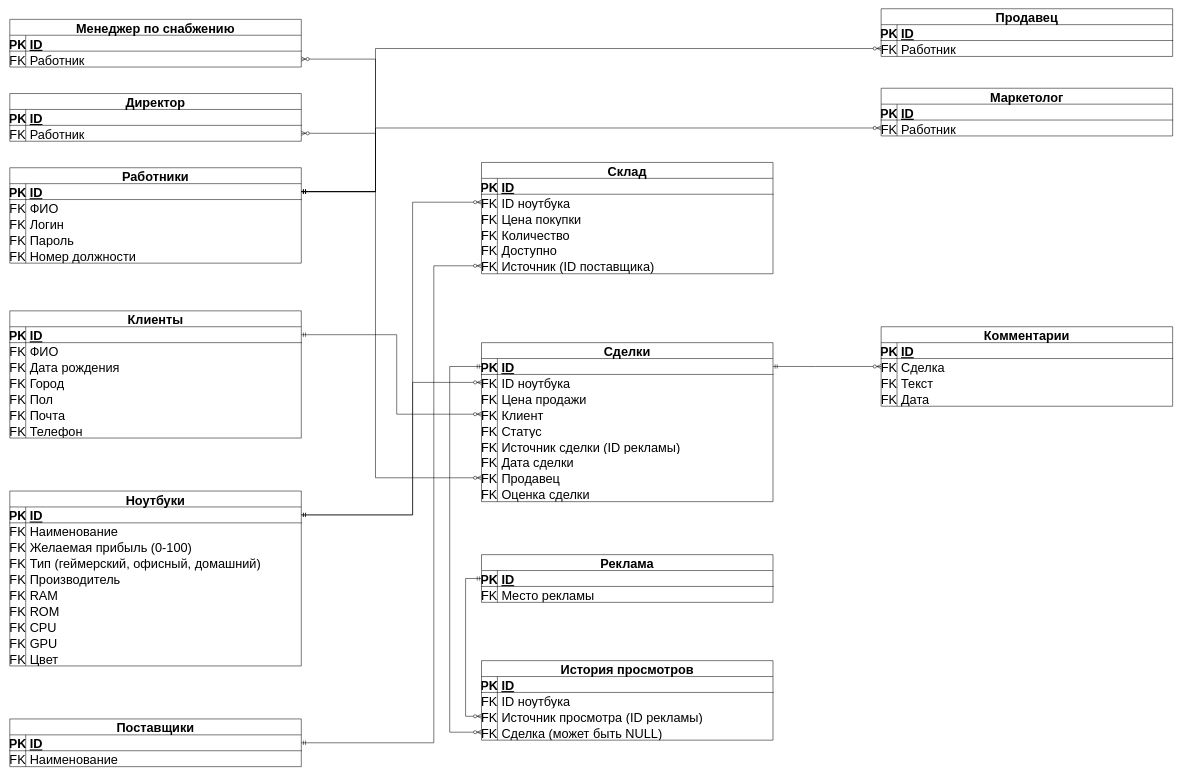
Earlier version of the draw.io diagram Диаграмма.drawio (Plnguins/CRM). Source tidied: cells renumbered, new cells numbered last; positions are measured from the earlier drawing's top-left corner, leaving out a move shared by most shapes. Both pictures are drawn from the tidied source at 53%, with x=0, y=0 at pixel (10, 8).
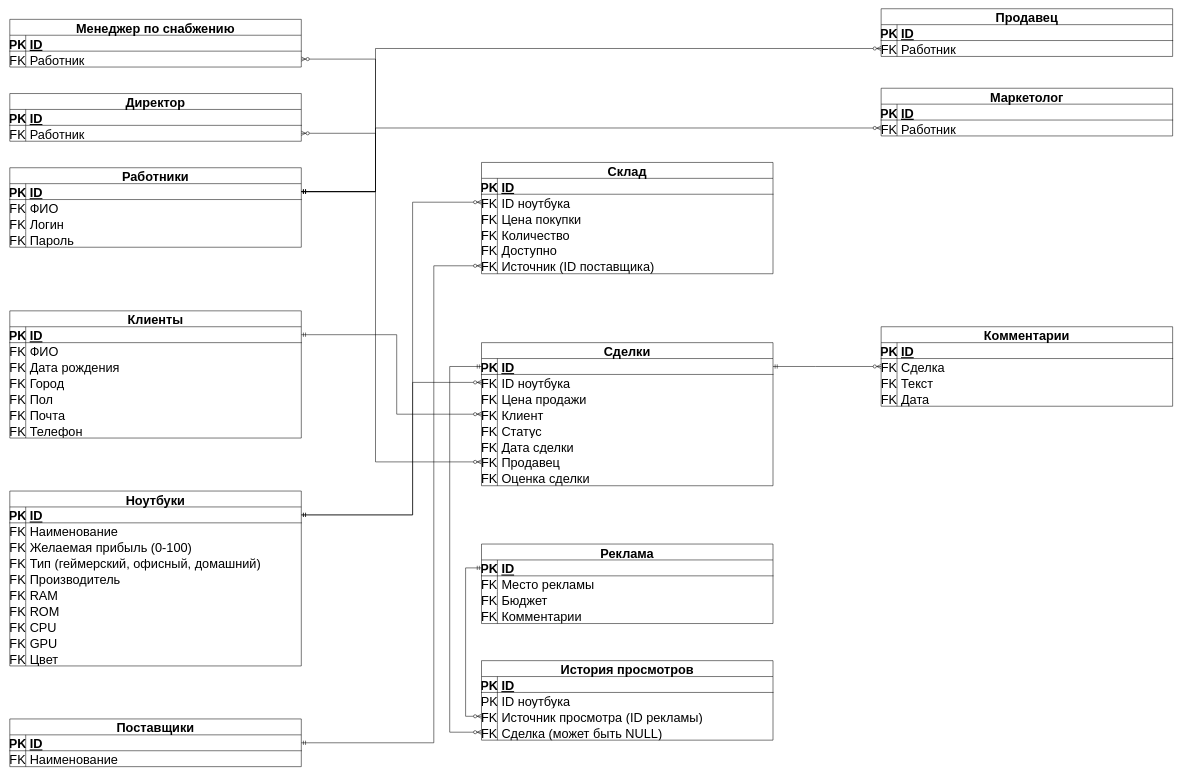
Above is the later version.

Commit message:
Изменения в структуре таблиц

Unchanged cells that the change refers to:
```xml
<mxCell id="3" style="shape=tableRow;horizontal=0;startSize=0;swimlaneHead=0;swimlaneBody=0;fillColor=none;points=[[0,0.5],[1,0.5]];portConstraint=eastwest;top=0;left=0;right=0;bottom=1;fontSize=24;" parent="2" vertex="1">
  <mxGeometry y="30" width="550" height="30" as="geometry" />
</mxCell>
<mxCell id="136" style="shape=tableRow;horizontal=0;startSize=0;swimlaneHead=0;swimlaneBody=0;fillColor=none;top=0;left=0;right=0;bottom=0;fontSize=24;" parent="132" vertex="1">
  <mxGeometry y="60" width="550" height="30" as="geometry" />
</mxCell>
<mxCell id="170" style="shape=tableRow;horizontal=0;startSize=0;swimlaneHead=0;swimlaneBody=0;fillColor=none;points=[[0,0.5],[1,0.5]];portConstraint=eastwest;top=0;left=0;right=0;bottom=0;fontSize=24;" parent="166" vertex="1">
  <mxGeometry y="60" width="550" height="30" as="geometry" />
</mxCell>
<mxCell id="178" style="shape=tableRow;horizontal=0;startSize=0;swimlaneHead=0;swimlaneBody=0;fillColor=none;points=[[0,0.5],[1,0.5]];portConstraint=eastwest;top=0;left=0;right=0;bottom=0;fontSize=24;" parent="174" vertex="1">
  <mxGeometry y="60" width="550" height="30" as="geometry" />
</mxCell>
<mxCell id="186" style="shape=tableRow;horizontal=0;startSize=0;swimlaneHead=0;swimlaneBody=0;fillColor=none;points=[[0,0.5],[1,0.5]];portConstraint=eastwest;top=0;left=0;right=0;bottom=0;fontSize=24;" parent="182" vertex="1">
  <mxGeometry y="60" width="550" height="30" as="geometry" />
</mxCell>
<mxCell id="194" style="shape=tableRow;horizontal=0;startSize=0;swimlaneHead=0;swimlaneBody=0;fillColor=none;points=[[0,0.5],[1,0.5]];portConstraint=eastwest;top=0;left=0;right=0;bottom=0;fontSize=24;" parent="190" vertex="1">
  <mxGeometry y="60" width="550" height="30" as="geometry" />
</mxCell>
```

Diff of the diagram source:
```diff
@@
     <mxCell id="2" value="Работники" style="shape=table;startSize=30;childLayout=tableLayout;rowLines=0;fontStyle=1;align=center;fontSize=24;" parent="1" vertex="1">
-      <mxGeometry y="300" width="550" height="180" as="geometry" />
+      <mxGeometry y="300" width="550" height="150" as="geometry" />
     </mxCell>
@@
-    <mxCell id="15" style="shape=tableRow;horizontal=0;startSize=0;swimlaneHead=0;swimlaneBody=0;fillColor=none;top=0;left=0;right=0;bottom=0;fontSize=24;" parent="2" vertex="1">
-      <mxGeometry y="150" width="550" height="30" as="geometry" />
-    </mxCell>
-    <mxCell id="16" value="FK" style="shape=partialRectangle;fillColor=none;top=0;left=0;bottom=0;right=0;fontStyle=0;overflow=hidden;fontSize=24;" parent="15" vertex="1">
-      <mxGeometry width="30" height="30" as="geometry" />
-    </mxCell>
-    <mxCell id="17" value="Номер должности" style="shape=partialRectangle;fillColor=none;top=0;left=0;bottom=0;right=0;align=left;spacingLeft=6;fontStyle=0;overflow=hidden;fontSize=24;" parent="15" vertex="1">
-      <mxGeometry x="30" width="520" height="30" as="geometry" />
-    </mxCell>
@@
     <mxCell id="97" value="Сделки" style="shape=table;startSize=30;childLayout=tableLayout;rowLines=0;fontStyle=1;align=center;fontSize=24;" parent="1" vertex="1">
-      <mxGeometry x="890" y="630" width="550" height="300" as="geometry" />
+      <mxGeometry x="890" y="630" width="550" height="270" as="geometry" />
     </mxCell>
@@
-    <mxCell id="113" style="shape=tableRow;horizontal=0;startSize=0;swimlaneHead=0;swimlaneBody=0;fillColor=none;top=0;left=0;right=0;bottom=0;fontSize=24;" parent="97" vertex="1">
-      <mxGeometry y="180" width="550" height="30" as="geometry" />
-    </mxCell>
-    <mxCell id="114" value="FK" style="shape=partialRectangle;fillColor=none;top=0;left=0;bottom=0;right=0;fontStyle=0;overflow=hidden;fontSize=24;" parent="113" vertex="1">
-      <mxGeometry width="30" height="30" as="geometry" />
-    </mxCell>
-    <mxCell id="115" value="Источник сделки (ID рекламы)" style="shape=partialRectangle;fillColor=none;top=0;left=0;bottom=0;right=0;align=left;spacingLeft=6;fontStyle=0;overflow=hidden;fontSize=24;" parent="113" vertex="1">
-      <mxGeometry x="30" width="520" height="30" as="geometry" />
-    </mxCell>
     <mxCell id="116" style="shape=tableRow;horizontal=0;startSize=0;swimlaneHead=0;swimlaneBody=0;fillColor=none;top=0;left=0;right=0;bottom=0;fontSize=24;" parent="97" vertex="1">
-      <mxGeometry y="210" width="550" height="30" as="geometry" />
+      <mxGeometry y="180" width="550" height="30" as="geometry" />
     </mxCell>
@@
     <mxCell id="119" style="shape=tableRow;horizontal=0;startSize=0;swimlaneHead=0;swimlaneBody=0;fillColor=none;points=[[0,0.5],[1,0.5]];portConstraint=eastwest;top=0;left=0;right=0;bottom=0;fontSize=24;" parent="97" vertex="1">
-      <mxGeometry y="240" width="550" height="30" as="geometry" />
+      <mxGeometry y="210" width="550" height="30" as="geometry" />
     </mxCell>
@@
     <mxCell id="122" style="shape=tableRow;horizontal=0;startSize=0;swimlaneHead=0;swimlaneBody=0;fillColor=none;top=0;left=0;right=0;bottom=0;fontSize=24;" parent="97" vertex="1">
-      <mxGeometry y="270" width="550" height="30" as="geometry" />
+      <mxGeometry y="240" width="550" height="30" as="geometry" />
     </mxCell>
@@
     <mxCell id="125" value="Реклама" style="shape=table;startSize=30;childLayout=tableLayout;rowLines=0;fontStyle=1;align=center;fontSize=24;" parent="1" vertex="1">
-      <mxGeometry x="890" y="1030" width="550" height="90" as="geometry" />
+      <mxGeometry x="890" y="1010" width="550" height="150" as="geometry" />
     </mxCell>
@@
+    <mxCell id="198" style="shape=tableRow;horizontal=0;startSize=0;swimlaneHead=0;swimlaneBody=0;fillColor=none;top=0;left=0;right=0;bottom=0;fontSize=24;" parent="125" vertex="1">
+      <mxGeometry y="90" width="550" height="30" as="geometry" />
+    </mxCell>
+    <mxCell id="199" value="FK" style="shape=partialRectangle;fillColor=none;top=0;left=0;bottom=0;right=0;fontStyle=0;overflow=hidden;fontSize=24;" parent="198" vertex="1">
+      <mxGeometry width="30" height="30" as="geometry" />
+    </mxCell>
+    <mxCell id="200" value="Бюджет" style="shape=partialRectangle;fillColor=none;top=0;left=0;bottom=0;right=0;align=left;spacingLeft=6;fontStyle=0;overflow=hidden;fontSize=24;" parent="198" vertex="1">
+      <mxGeometry x="30" width="520" height="30" as="geometry" />
+    </mxCell>
+    <mxCell id="201" style="shape=tableRow;horizontal=0;startSize=0;swimlaneHead=0;swimlaneBody=0;fillColor=none;top=0;left=0;right=0;bottom=0;fontSize=24;" parent="125" vertex="1">
+      <mxGeometry y="120" width="550" height="30" as="geometry" />
+    </mxCell>
+    <mxCell id="202" value="FK" style="shape=partialRectangle;fillColor=none;top=0;left=0;bottom=0;right=0;fontStyle=0;overflow=hidden;fontSize=24;" parent="201" vertex="1">
+      <mxGeometry width="30" height="30" as="geometry" />
+    </mxCell>
+    <mxCell id="203" value="Комментарии" style="shape=partialRectangle;fillColor=none;top=0;left=0;bottom=0;right=0;align=left;spacingLeft=6;fontStyle=0;overflow=hidden;fontSize=24;" parent="201" vertex="1">
+      <mxGeometry x="30" width="520" height="30" as="geometry" />
+    </mxCell>
@@
-    <mxCell id="137" value="FK" style="shape=partialRectangle;fillColor=none;top=0;left=0;bottom=0;right=0;fontStyle=0;overflow=hidden;fontSize=24;" parent="136" vertex="1">
+    <mxCell id="137" value="PK" style="shape=partialRectangle;fillColor=none;top=0;left=0;bottom=0;right=0;fontStyle=0;overflow=hidden;fontSize=24;" parent="136" vertex="1">
       <mxGeometry width="30" height="30" as="geometry" />
     </mxCell>
@@
-    <mxCell id="151" style="edgeStyle=elbowEdgeStyle;fontSize=12;html=1;endArrow=ERzeroToMany;startArrow=ERmandOne;rounded=0;entryX=0;entryY=0.5;entryDx=0;entryDy=0;" parent="1" edge="1" source="3" target="119">
+    <mxCell id="151" style="edgeStyle=elbowEdgeStyle;fontSize=24;html=1;endArrow=ERzeroToMany;startArrow=ERmandOne;rounded=0;entryX=0;entryY=0.5;entryDx=0;entryDy=0;" parent="1" edge="1" source="3" target="119">
       <mxGeometry relative="1" as="geometry">
         <Array as="points">
           <mxPoint x="690" y="620" />
           <mxPoint x="870" y="1020" />
         </Array>
       </mxGeometry>
     </mxCell>
@@
-    <mxCell id="173" style="edgeStyle=elbowEdgeStyle;fontSize=12;html=1;endArrow=ERzeroToMany;startArrow=ERmandOne;rounded=0;entryX=0;entryY=0.5;entryDx=0;entryDy=0;exitX=1;exitY=0.5;exitDx=0;exitDy=0;" parent="1" edge="1" source="3" target="170">
+    <mxCell id="173" style="edgeStyle=elbowEdgeStyle;fontSize=24;html=1;endArrow=ERzeroToMany;startArrow=ERmandOne;rounded=0;entryX=0;entryY=0.5;entryDx=0;entryDy=0;exitX=1;exitY=0.5;exitDx=0;exitDy=0;" parent="1" edge="1" source="3" target="170">
       <mxGeometry relative="1" as="geometry">
         <Array as="points">
           <mxPoint x="690" y="280" />
           <mxPoint x="1070" y="240" />
         </Array>
       </mxGeometry>
     </mxCell>
@@
-    <mxCell id="181" style="edgeStyle=elbowEdgeStyle;fontSize=12;html=1;endArrow=ERzeroToMany;startArrow=ERmandOne;rounded=0;entryX=0;entryY=0.5;entryDx=0;entryDy=0;exitX=1;exitY=0.5;exitDx=0;exitDy=0;" parent="1" edge="1" source="3" target="178">
+    <mxCell id="181" style="edgeStyle=elbowEdgeStyle;fontSize=24;html=1;endArrow=ERzeroToMany;startArrow=ERmandOne;rounded=0;entryX=0;entryY=0.5;entryDx=0;entryDy=0;exitX=1;exitY=0.5;exitDx=0;exitDy=0;" parent="1" edge="1" source="3" target="178">
       <mxGeometry relative="1" as="geometry">
         <Array as="points">
           <mxPoint x="690" y="210" />
           <mxPoint x="1080" y="250" />
         </Array>
       </mxGeometry>
     </mxCell>
@@
-    <mxCell id="189" style="edgeStyle=elbowEdgeStyle;fontSize=12;html=1;endArrow=ERzeroToMany;startArrow=ERmandOne;rounded=0;entryX=1;entryY=0.5;entryDx=0;entryDy=0;exitX=1;exitY=0.5;exitDx=0;exitDy=0;" parent="1" edge="1" source="3" target="186">
+    <mxCell id="189" style="edgeStyle=elbowEdgeStyle;fontSize=24;html=1;endArrow=ERzeroToMany;startArrow=ERmandOne;rounded=0;entryX=1;entryY=0.5;entryDx=0;entryDy=0;exitX=1;exitY=0.5;exitDx=0;exitDy=0;" parent="1" edge="1" source="3" target="186">
       <mxGeometry relative="1" as="geometry">
         <Array as="points">
           <mxPoint x="690" y="220" />
           <mxPoint x="1090" y="260" />
         </Array>
       </mxGeometry>
     </mxCell>
@@
-    <mxCell id="197" style="edgeStyle=elbowEdgeStyle;fontSize=12;html=1;endArrow=ERzeroToMany;startArrow=ERmandOne;rounded=0;exitX=1;exitY=0.5;exitDx=0;exitDy=0;" parent="1" edge="1" source="3" target="194">
+    <mxCell id="197" style="edgeStyle=elbowEdgeStyle;fontSize=24;html=1;endArrow=ERzeroToMany;startArrow=ERmandOne;rounded=0;exitX=1;exitY=0.5;exitDx=0;exitDy=0;" parent="1" edge="1" source="3" target="194">
       <mxGeometry relative="1" as="geometry">
         <Array as="points">
           <mxPoint x="690" y="290" />
           <mxPoint x="1100" y="270" />
         </Array>
       </mxGeometry>
     </mxCell>
```
